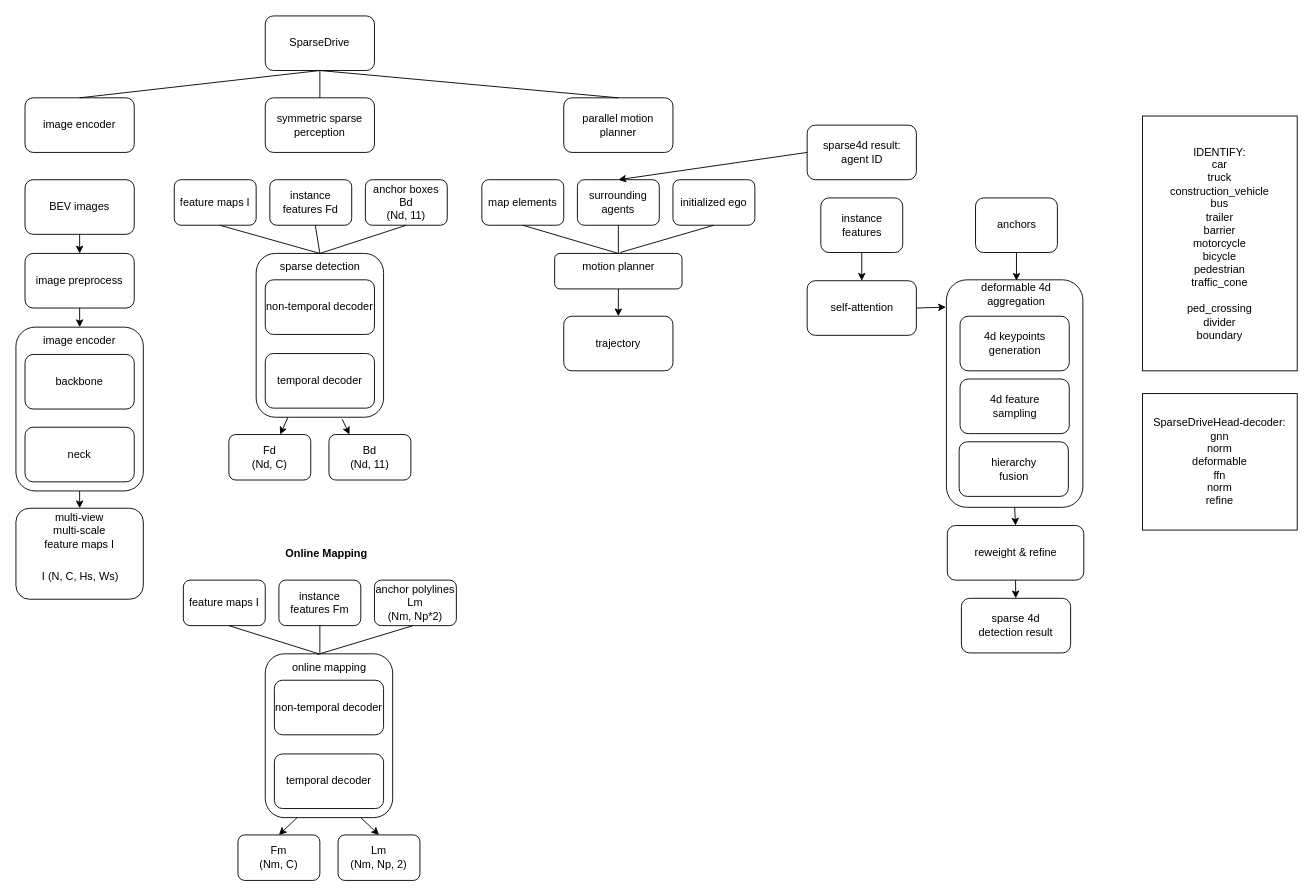
The draw.io diagram sparsedrive.drawio in wxxsusie/files, before the edit. Source tidied: cells renumbered, new cells numbered last; positions are measured from the earlier drawing's top-left corner, leaving out a move shared by most shapes. Both pictures are drawn from the tidied source at 91%, with x=0, y=0 at pixel (15, 15).
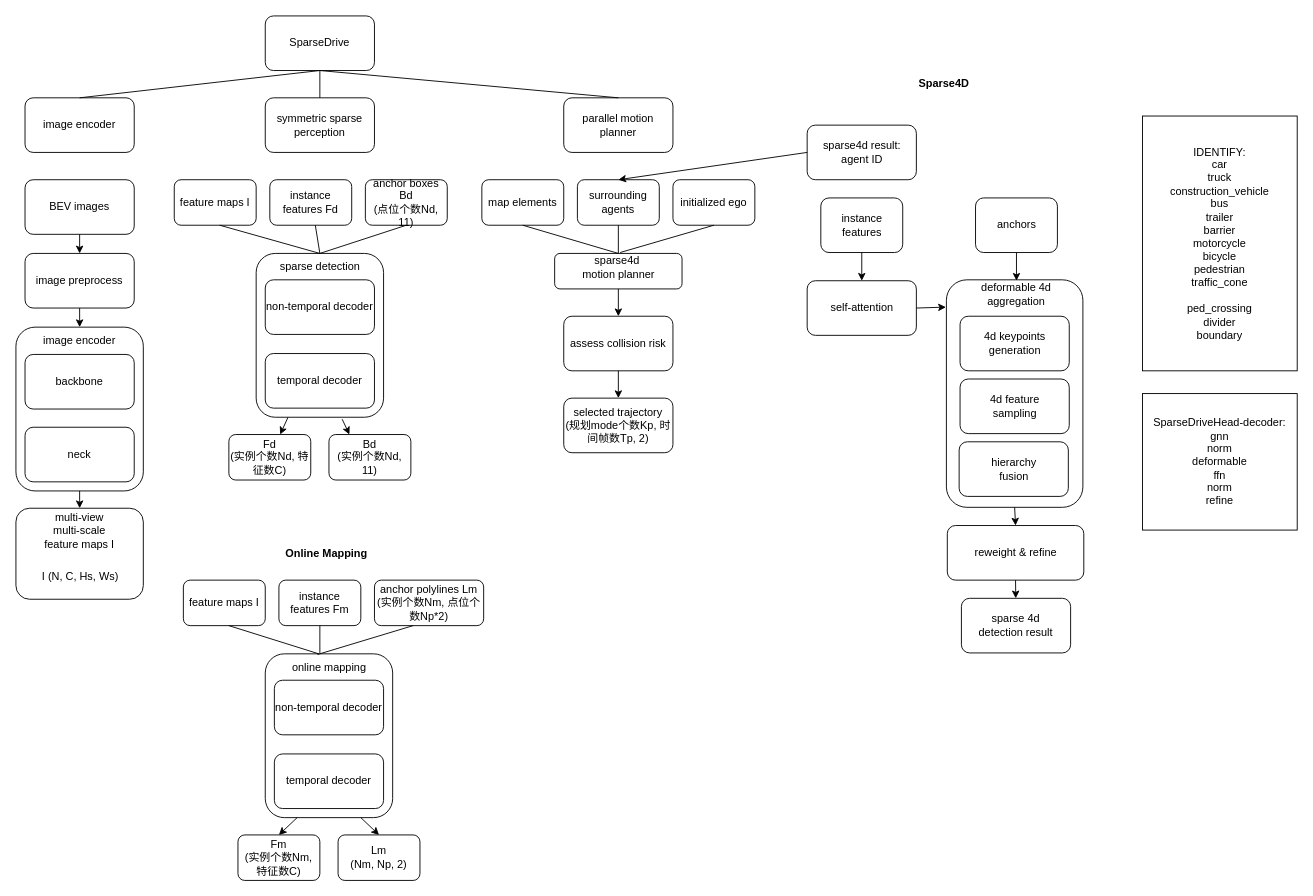
The same diagram, later.

The edit, as a diff of the source:
```diff
@@
-    <mxCell id="16" value="&lt;div&gt;Fd&lt;/div&gt;&lt;div&gt;(Nd, C)&lt;/div&gt;" style="rounded=1;whiteSpace=wrap;html=1;" parent="1" vertex="1">
+    <mxCell id="16" value="&lt;div&gt;Fd&lt;/div&gt;&lt;div&gt;(实例个数Nd, 特征数C)&lt;/div&gt;" style="rounded=1;whiteSpace=wrap;html=1;" parent="1" vertex="1">
       <mxGeometry x="234" y="460" width="90" height="50" as="geometry" />
     </mxCell>
-    <mxCell id="17" value="&lt;div&gt;Bd&lt;/div&gt;&lt;div&gt;(Nd, 11)&lt;/div&gt;" style="rounded=1;whiteSpace=wrap;html=1;" parent="1" vertex="1">
+    <mxCell id="17" value="&lt;div&gt;Bd&lt;/div&gt;&lt;div&gt;(实例个数Nd, 11)&lt;/div&gt;" style="rounded=1;whiteSpace=wrap;html=1;" parent="1" vertex="1">
       <mxGeometry x="344" y="460" width="90" height="50" as="geometry" />
     </mxCell>
@@
-    <mxCell id="19" value="motion planner" style="text;html=1;align=center;verticalAlign=middle;whiteSpace=wrap;rounded=0;" parent="1" vertex="1">
+    <mxCell id="19" value="sparse4d&amp;nbsp;&lt;div&gt;motion planner&lt;/div&gt;" style="text;html=1;align=center;verticalAlign=middle;whiteSpace=wrap;rounded=0;" parent="1" vertex="1">
       <mxGeometry x="609.5" y="261" width="105" height="30" as="geometry" />
     </mxCell>
@@
-    <mxCell id="23" value="trajectory" style="rounded=1;whiteSpace=wrap;html=1;" parent="1" vertex="1">
+    <mxCell id="23" value="assess collision risk" style="rounded=1;whiteSpace=wrap;html=1;" parent="1" vertex="1">
       <mxGeometry x="602" y="330" width="120" height="60" as="geometry" />
     </mxCell>
@@
-    <mxCell id="26" value="anchor boxes Bd&lt;div&gt;(Nd, 11)&lt;/div&gt;" style="rounded=1;whiteSpace=wrap;html=1;" parent="1" vertex="1">
+    <mxCell id="26" value="anchor boxes Bd&lt;div&gt;(点位个数Nd, 11)&lt;/div&gt;" style="rounded=1;whiteSpace=wrap;html=1;" parent="1" vertex="1">
       <mxGeometry x="384" y="180" width="90" height="50" as="geometry" />
     </mxCell>
@@
-    <mxCell id="31" value="&lt;div&gt;Fm&lt;/div&gt;&lt;div&gt;(Nm, C)&lt;/div&gt;" style="rounded=1;whiteSpace=wrap;html=1;" parent="1" vertex="1">
+    <mxCell id="31" value="&lt;div&gt;Fm&lt;/div&gt;&lt;div&gt;(实例个数Nm, 特征数C)&lt;/div&gt;" style="rounded=1;whiteSpace=wrap;html=1;" parent="1" vertex="1">
       <mxGeometry x="244" y="900" width="90" height="50" as="geometry" />
     </mxCell>
@@
-    <mxCell id="35" value="anchor polylines Lm&lt;div&gt;(Nm, Np*2)&lt;/div&gt;" style="rounded=1;whiteSpace=wrap;html=1;" parent="1" vertex="1">
-      <mxGeometry x="394" y="620" width="90" height="50" as="geometry" />
+    <mxCell id="35" value="anchor polylines Lm&lt;div&gt;(实例个数Nm, 点位个数Np*2)&lt;/div&gt;" style="rounded=1;whiteSpace=wrap;html=1;" parent="1" vertex="1">
+      <mxGeometry x="394" y="620" width="120" height="50" as="geometry" />
     </mxCell>
@@
+    <mxCell id="79" value="selected trajectory&lt;div&gt;(规划mode个数Kp, 时间帧数Tp, 2)&lt;/div&gt;" style="rounded=1;whiteSpace=wrap;html=1;" parent="1" vertex="1">
+      <mxGeometry x="602" y="420" width="120" height="60" as="geometry" />
+    </mxCell>
+    <mxCell id="80" style="endArrow=classic;html=1;rounded=0;entryX=0.5;entryY=0;entryDx=0;entryDy=0;exitX=0.5;exitY=1;exitDx=0;exitDy=0;" parent="1" edge="1" source="23" target="79">
+      <mxGeometry relative="1" as="geometry" />
+    </mxCell>
+    <mxCell id="81" value="&lt;b&gt;Sparse4D&lt;/b&gt;" style="text;html=1;align=center;verticalAlign=middle;whiteSpace=wrap;rounded=0;" parent="1" vertex="1">
+      <mxGeometry x="990" y="60" width="60" height="30" as="geometry" />
+    </mxCell>
```
